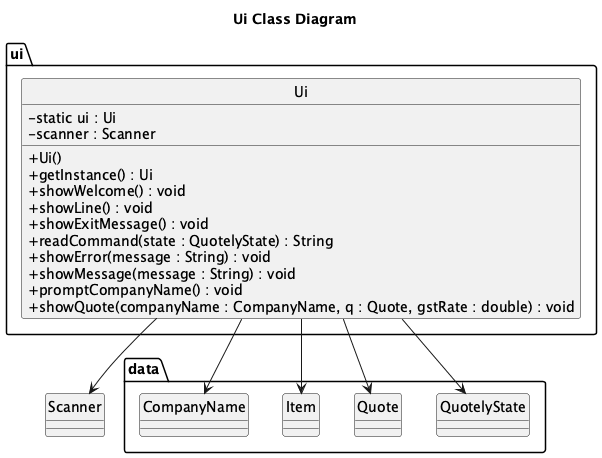
Above: docs/diagrams/uiclassdiagram.png in Tanjy55/tp (PlantUML), before the change.
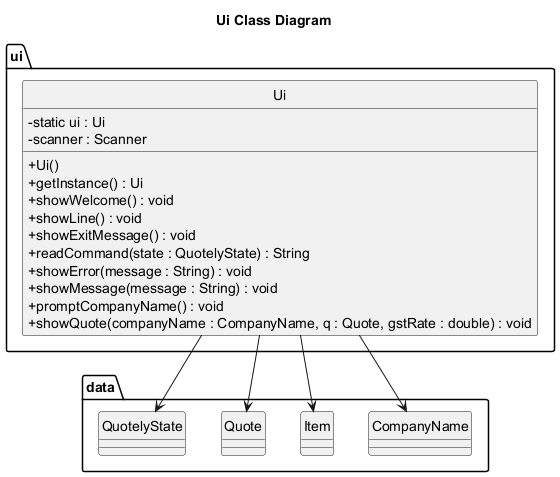
Above is the later version.

Commit message:
Fix ui class diagram documentation bug

What changed in the source:
```diff
@@ -34,6 +34,4 @@
 Ui --> Quote
 Ui --> Item
 Ui --> QuotelyState
-Ui --> Scanner
-
 @enduml
```
